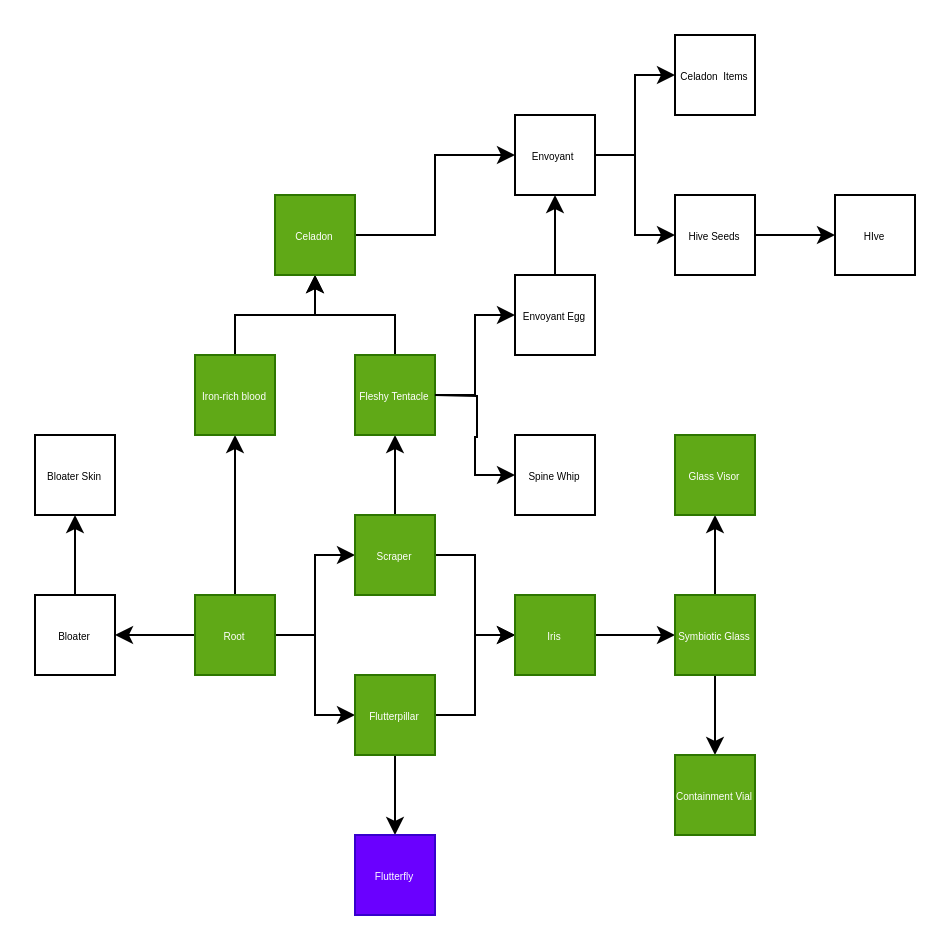
Earlier version of the draw.io diagram map.drawio (asdru22/symbiote). Source tidied: cells renumbered, new cells numbered last; positions are measured from the earlier drawing's top-left corner, leaving out a move shared by most shapes. Both pictures are drawn from the tidied source at 200%, with x=0, y=0 at pixel (34, 34).
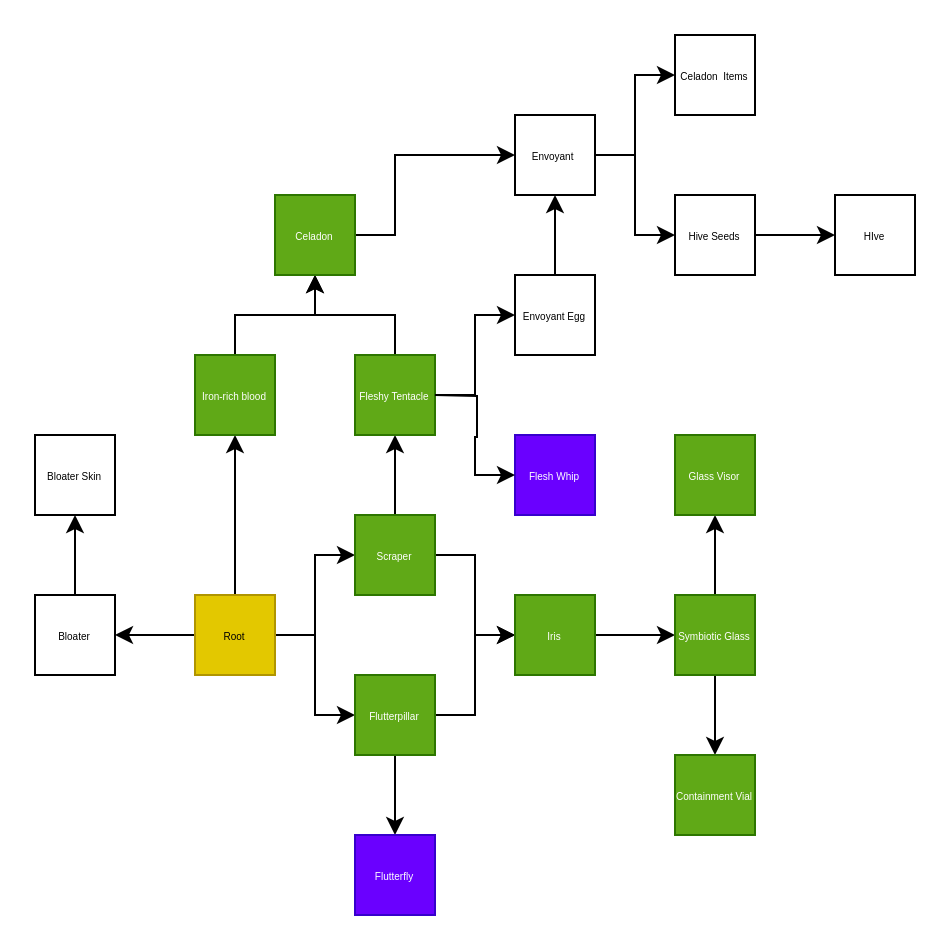
The same page after the edit.

Unchanged cells that the change refers to:
```xml
<mxCell id="25" value="Celadon" style="rounded=0;whiteSpace=wrap;html=1;fontSize=5;fillColor=#60a917;fontColor=#ffffff;strokeColor=#2D7600;" parent="1" vertex="1">
  <mxGeometry x="120" y="80" width="40" height="40" as="geometry" />
</mxCell>
<mxCell id="30" value="Envoyant&amp;nbsp;" style="rounded=0;whiteSpace=wrap;html=1;fontSize=5;" parent="1" vertex="1">
  <mxGeometry x="240" y="40" width="40" height="40" as="geometry" />
</mxCell>
```

Change to the diagram source:
```diff
@@
-    <mxCell id="6" value="Root" style="rounded=0;whiteSpace=wrap;html=1;fontSize=5;fillColor=#60a917;fontColor=#ffffff;strokeColor=#2D7600;" parent="1" vertex="1">
+    <mxCell id="6" value="Root" style="rounded=0;whiteSpace=wrap;html=1;fontSize=5;fillColor=#e3c800;fontColor=#000000;strokeColor=#B09500;" parent="1" vertex="1">
       <mxGeometry x="80" y="280" width="40" height="40" as="geometry" />
     </mxCell>
@@
     <mxCell id="24" style="edgeStyle=orthogonalEdgeStyle;rounded=0;jettySize=auto;html=1;entryX=0;entryY=0.5;entryDx=0;entryDy=0;fontSize=5;" parent="1" edge="1" source="25" target="30">
-      <mxGeometry relative="1" as="geometry" />
+      <mxGeometry relative="1" as="geometry">
+        <Array as="points">
+          <mxPoint x="180" y="100" />
+          <mxPoint x="180" y="60" />
+        </Array>
+      </mxGeometry>
     </mxCell>
@@
-    <mxCell id="36" value="Spine Whip" style="rounded=0;whiteSpace=wrap;html=1;fontSize=5;" parent="1" vertex="1">
+    <mxCell id="36" value="Flesh Whip" style="rounded=0;whiteSpace=wrap;html=1;fontSize=5;fillColor=#6a00ff;fontColor=#ffffff;strokeColor=#3700CC;" parent="1" vertex="1">
       <mxGeometry x="240" y="200" width="40" height="40" as="geometry" />
     </mxCell>
```
